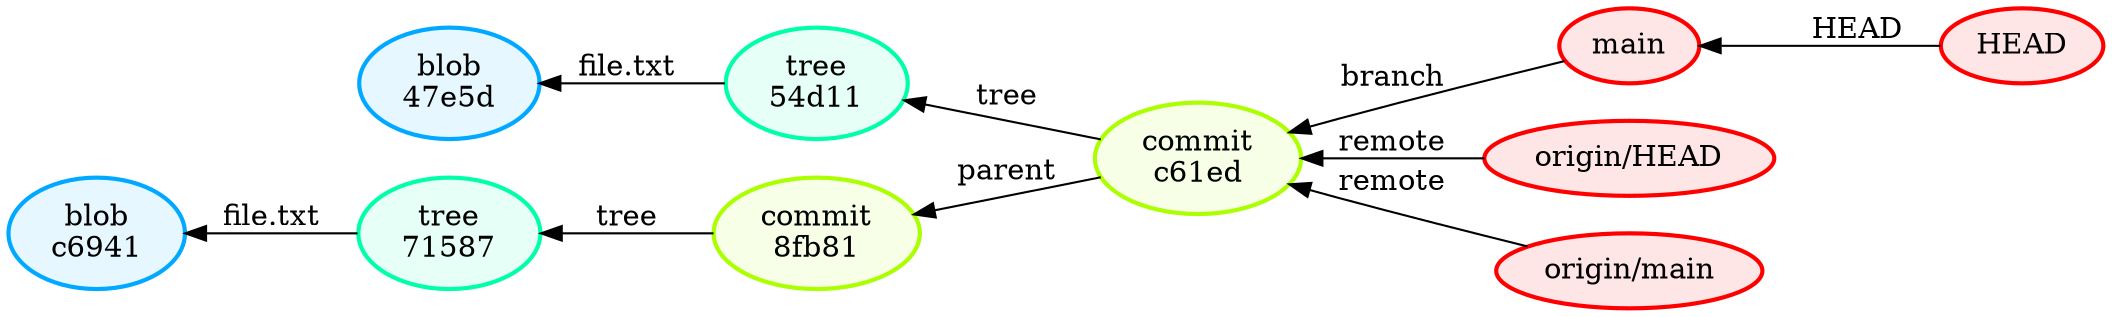
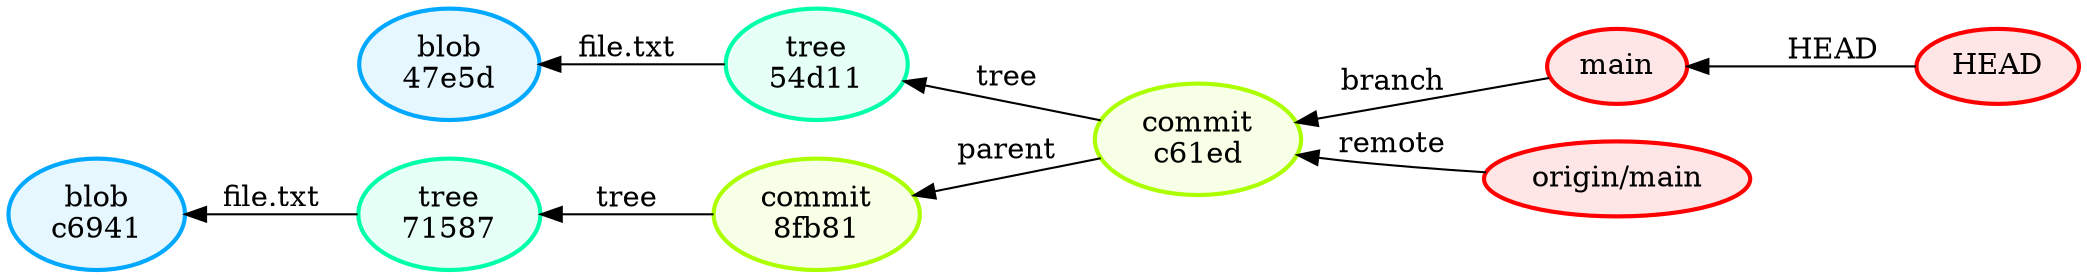
digraph {
	graph [rankdir=RL]
	HEAD [label=HEAD color="0.000 1.000 1.000" fillcolor="0.000 0.100 1.000" penwidth=2 style=filled]
	HEAD -> "refs/heads/main" [label=HEAD]
	"refs/heads/main" [label=main color="0.000 1.000 1.000" fillcolor="0.000 0.100 1.000" penwidth=2 style=filled]
	"refs/heads/main" -> c61edbef2405d779b6f3a7bd006e68f095e7ed87 [label=branch]
	c61edbef2405d779b6f3a7bd006e68f095e7ed87 [label="commit
c61ed" color="0.222 1.000 1.000" fillcolor="0.222 0.100 1.000" penwidth=2 style=filled]
	"54d114dcd54f55e58d8b7dff2a1963d0d807b490" [label="tree
54d11" color="0.444 1.000 1.000" fillcolor="0.444 0.100 1.000" penwidth=2 style=filled]
	c61edbef2405d779b6f3a7bd006e68f095e7ed87 -> "54d114dcd54f55e58d8b7dff2a1963d0d807b490" [label=tree]
	"47e5d40a50f8db1524f5308633ae3f0d1de58619" [label="blob
47e5d" color="0.556 1.000 1.000" fillcolor="0.556 0.100 1.000" penwidth=2 style=filled]
	"54d114dcd54f55e58d8b7dff2a1963d0d807b490" -> "47e5d40a50f8db1524f5308633ae3f0d1de58619" [label="file.txt"]
	c61edbef2405d779b6f3a7bd006e68f095e7ed87 -> "8fb8112ef48db44d2d05e1764e69d43c68e16cf7" [label=parent]
	"8fb8112ef48db44d2d05e1764e69d43c68e16cf7" [label="commit
8fb81" color="0.222 1.000 1.000" fillcolor="0.222 0.100 1.000" penwidth=2 style=filled]
	"71587d436d19a3bab16924de049d5aba0e7e154c" [label="tree
71587" color="0.444 1.000 1.000" fillcolor="0.444 0.100 1.000" penwidth=2 style=filled]
	"8fb8112ef48db44d2d05e1764e69d43c68e16cf7" -> "71587d436d19a3bab16924de049d5aba0e7e154c" [label=tree]
	c694117fd4e76c22ae04348c15861413019aa03b [label="blob
c6941" color="0.556 1.000 1.000" fillcolor="0.556 0.100 1.000" penwidth=2 style=filled]
	"71587d436d19a3bab16924de049d5aba0e7e154c" -> c694117fd4e76c22ae04348c15861413019aa03b [label="file.txt"]
- 	"refs/remotes/origin/HEAD" [label="origin/HEAD" color="0.000 1.000 1.000" fillcolor="0.000 0.100 1.000" penwidth=2 style=filled]
- 	"refs/remotes/origin/HEAD" -> c61edbef2405d779b6f3a7bd006e68f095e7ed87 [label=remote]
	"refs/remotes/origin/main" [label="origin/main" color="0.000 1.000 1.000" fillcolor="0.000 0.100 1.000" penwidth=2 style=filled]
	"refs/remotes/origin/main" -> c61edbef2405d779b6f3a7bd006e68f095e7ed87 [label=remote]
}
